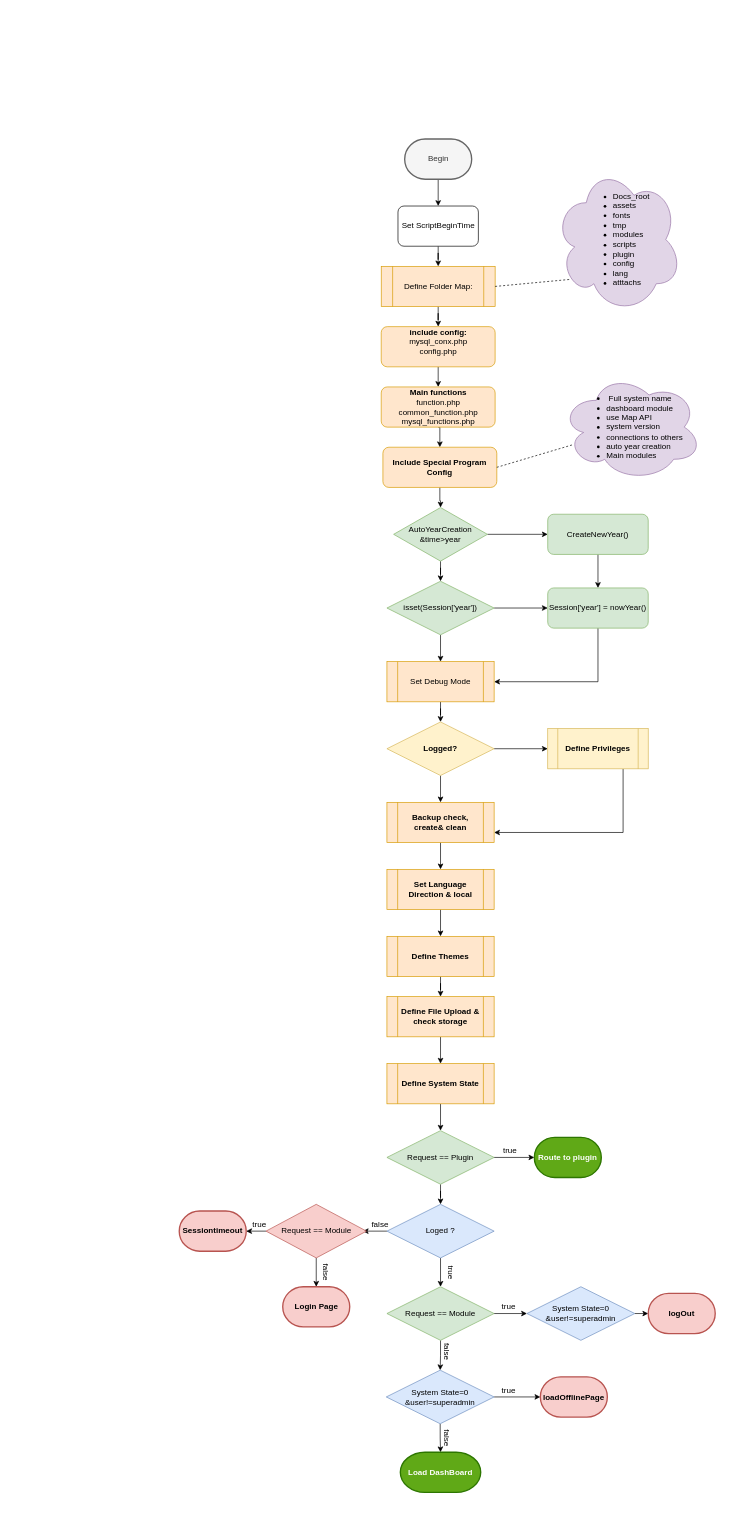
Before: page "Page-1" (1 of 2) of Untitled Diagram.drawio in drpcwmt/csms, a draw.io diagram. Source tidied: cells renumbered, new cells numbered last; positions are measured from the earlier drawing's top-left corner, leaving out a move shared by most shapes. Both pictures are drawn from the tidied source at 67%, with x=0, y=0 at pixel (179, 139).
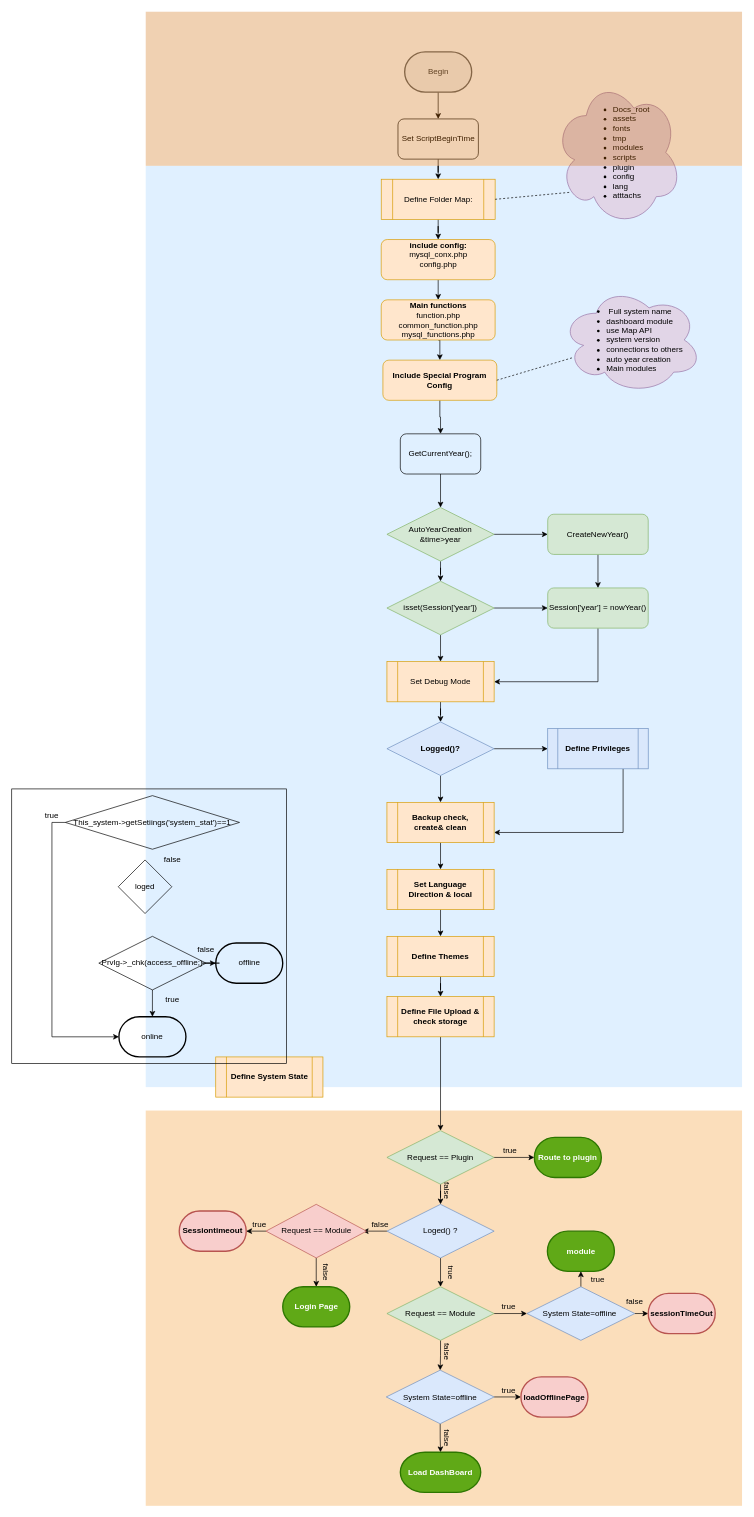
The same page after the edit.

The change refers to these unchanged cells:
```xml
<mxCell id="36" value="&lt;b&gt;Define File Upload &amp;amp; check storage&lt;br&gt;&lt;/b&gt;" style="shape=process;whiteSpace=wrap;html=1;backgroundOutline=1;fillColor=#ffe6cc;strokeColor=#d79b00;" parent="1" vertex="1">
  <mxGeometry x="310" y="1280" width="160" height="60" as="geometry" />
</mxCell>
<mxCell id="47" value="Request == Plugin" style="rhombus;whiteSpace=wrap;html=1;fillColor=#d5e8d4;strokeColor=#82b366;" parent="1" vertex="1">
  <mxGeometry x="310" y="1480" width="160" height="80" as="geometry" />
</mxCell>
```

Diff of the diagram source:
```diff
@@
+    <mxCell id="77" style="fillColor=#F2931E;strokeColor=none;opacity=30;" parent="1" vertex="1">
+      <mxGeometry x="-50" y="1450" width="890" height="590" as="geometry" />
+    </mxCell>
+    <mxCell id="78" style="fillColor=#99CCFF;strokeColor=none;opacity=30;" parent="1" vertex="1">
+      <mxGeometry x="-50" y="40" width="890" height="1375" as="geometry" />
+    </mxCell>
@@
     <mxCell id="3" value="Begin&lt;br&gt;" style="strokeWidth=2;html=1;shape=mxgraph.flowchart.terminator;whiteSpace=wrap;fillColor=#f5f5f5;strokeColor=#666666;fontColor=#333333;" parent="1" vertex="1">
-      <mxGeometry x="336.5" width="100" height="60" as="geometry" />
+      <mxGeometry x="336.5" y="-130" width="100" height="60" as="geometry" />
     </mxCell>
@@
     <mxCell id="5" value="Set ScriptBeginTime" style="rounded=1;whiteSpace=wrap;html=1;" parent="1" vertex="1">
-      <mxGeometry x="326.5" y="100" width="120" height="60" as="geometry" />
+      <mxGeometry x="326.5" y="-30" width="120" height="60" as="geometry" />
     </mxCell>
@@
     <mxCell id="7" value="&lt;b&gt;include config:&lt;/b&gt; mysql_conx.php&lt;br&gt;config.php&lt;br&gt;&lt;br&gt;" style="rounded=1;whiteSpace=wrap;html=1;fillColor=#ffe6cc;strokeColor=#d79b00;" parent="1" vertex="1">
-      <mxGeometry x="301.5" y="280" width="170" height="60" as="geometry" />
+      <mxGeometry x="301.5" y="150" width="170" height="60" as="geometry" />
     </mxCell>
@@
     <mxCell id="9" value="&lt;b&gt;Main functions&lt;/b&gt;&lt;br&gt;function.php&lt;br&gt;common_function.php&lt;br&gt;mysql_functions.php&lt;br&gt;" style="rounded=1;whiteSpace=wrap;html=1;fillColor=#ffe6cc;strokeColor=#d79b00;" parent="1" vertex="1">
-      <mxGeometry x="301.5" y="370" width="170" height="60" as="geometry" />
+      <mxGeometry x="301.5" y="240" width="170" height="60" as="geometry" />
     </mxCell>
-    <mxCell id="10" style="edgeStyle=orthogonalEdgeStyle;rounded=0;jettySize=auto;html=1;" parent="1" edge="1" source="11" target="19">
-      <mxGeometry relative="1" as="geometry" />
-    </mxCell>
+    <mxCell id="79" style="edgeStyle=orthogonalEdgeStyle;rounded=0;jettySize=auto;html=1;exitX=0.5;exitY=1;exitDx=0;exitDy=0;entryX=0.5;entryY=0;entryDx=0;entryDy=0;" parent="1" edge="1" source="11" target="85">
+      <mxGeometry relative="1" as="geometry" />
+    </mxCell>
     <mxCell id="11" value="&lt;b&gt;Include Special Program Config&lt;/b&gt;" style="rounded=1;whiteSpace=wrap;html=1;fillColor=#ffe6cc;strokeColor=#d79b00;" parent="1" vertex="1">
-      <mxGeometry x="304" y="460" width="170" height="60" as="geometry" />
+      <mxGeometry x="304" y="330" width="170" height="60" as="geometry" />
     </mxCell>
@@
     <mxCell id="19" value="AutoYearCreation&lt;br&gt;&amp;amp;time&amp;gt;year&lt;br&gt;" style="rhombus;whiteSpace=wrap;html=1;fillColor=#d5e8d4;strokeColor=#82b366;" parent="1" vertex="1">
-      <mxGeometry x="320" y="550" width="140" height="80" as="geometry" />
+      <mxGeometry x="310" y="550" width="160" height="80" as="geometry" />
     </mxCell>
@@
-    <mxCell id="26" value="&lt;b&gt;Logged?&lt;/b&gt;" style="rhombus;whiteSpace=wrap;html=1;fillColor=#fff2cc;strokeColor=#d6b656;" parent="1" vertex="1">
+    <mxCell id="26" value="&lt;b&gt;Logged()?&lt;/b&gt;" style="rhombus;whiteSpace=wrap;html=1;fillColor=#dae8fc;strokeColor=#6c8ebf;" parent="1" vertex="1">
       <mxGeometry x="310" y="870" width="160" height="80" as="geometry" />
     </mxCell>
@@
-    <mxCell id="28" value="&lt;b&gt;Define Privileges&lt;/b&gt;" style="shape=process;whiteSpace=wrap;html=1;backgroundOutline=1;fillColor=#fff2cc;strokeColor=#d6b656;" parent="1" vertex="1">
+    <mxCell id="28" value="&lt;b&gt;Define Privileges&lt;/b&gt;" style="shape=process;whiteSpace=wrap;html=1;backgroundOutline=1;fillColor=#dae8fc;strokeColor=#6c8ebf;" parent="1" vertex="1">
       <mxGeometry x="550" y="880" width="150" height="60" as="geometry" />
     </mxCell>
@@
-    <mxCell id="35" style="edgeStyle=orthogonalEdgeStyle;rounded=0;jettySize=auto;html=1;" parent="1" edge="1" source="36" target="38">
-      <mxGeometry relative="1" as="geometry" />
-    </mxCell>
+    <mxCell id="80" style="edgeStyle=orthogonalEdgeStyle;rounded=0;jettySize=auto;html=1;exitX=0.5;exitY=1;exitDx=0;exitDy=0;" parent="1" edge="1" source="36" target="47">
+      <mxGeometry relative="1" as="geometry" />
+    </mxCell>
@@
-    <mxCell id="37" style="edgeStyle=orthogonalEdgeStyle;rounded=0;jettySize=auto;html=1;exitX=0.5;exitY=1;exitDx=0;exitDy=0;entryX=0.5;entryY=0;entryDx=0;entryDy=0;" parent="1" edge="1" source="38" target="47">
-      <mxGeometry relative="1" as="geometry" />
-    </mxCell>
     <mxCell id="38" value="&lt;b&gt;Define System State&lt;br&gt;&lt;/b&gt;" style="shape=process;whiteSpace=wrap;html=1;backgroundOutline=1;fillColor=#ffe6cc;strokeColor=#d79b00;" parent="1" vertex="1">
-      <mxGeometry x="310" y="1380" width="160" height="60" as="geometry" />
+      <mxGeometry x="54.5" y="1370" width="160" height="60" as="geometry" />
     </mxCell>
     <mxCell id="39" value="&lt;ul&gt;&lt;li style=&quot;text-align: left&quot;&gt;&amp;nbsp;Full system name&lt;/li&gt;&lt;li style=&quot;text-align: left&quot;&gt;dashboard module&lt;/li&gt;&lt;li style=&quot;text-align: left&quot;&gt;use Map API&lt;/li&gt;&lt;li style=&quot;text-align: left&quot;&gt;system version&lt;/li&gt;&lt;li style=&quot;text-align: left&quot;&gt;connections to others&lt;/li&gt;&lt;li style=&quot;text-align: left&quot;&gt;auto year creation&lt;/li&gt;&lt;li style=&quot;text-align: left&quot;&gt;Main modules&lt;/li&gt;&lt;/ul&gt;" style="ellipse;shape=cloud;whiteSpace=wrap;html=1;fillColor=#e1d5e7;strokeColor=#9673a6;" parent="1" vertex="1">
-      <mxGeometry x="570" y="350" width="210" height="160" as="geometry" />
+      <mxGeometry x="570" y="220" width="210" height="160" as="geometry" />
     </mxCell>
@@
     <mxCell id="41" value="&lt;ul&gt;&lt;li style=&quot;text-align: left&quot;&gt;&lt;span&gt;Docs_root&lt;/span&gt;&lt;/li&gt;&lt;li style=&quot;text-align: left&quot;&gt;&lt;span&gt;assets&lt;/span&gt;&lt;/li&gt;&lt;li style=&quot;text-align: left&quot;&gt;&lt;span&gt;fonts&lt;/span&gt;&lt;/li&gt;&lt;li style=&quot;text-align: left&quot;&gt;&lt;span&gt;tmp&lt;/span&gt;&lt;/li&gt;&lt;li style=&quot;text-align: left&quot;&gt;&lt;span&gt;modules&lt;/span&gt;&lt;/li&gt;&lt;li style=&quot;text-align: left&quot;&gt;&lt;span&gt;scripts&lt;/span&gt;&lt;/li&gt;&lt;li style=&quot;text-align: left&quot;&gt;&lt;span&gt;plugin&lt;/span&gt;&lt;/li&gt;&lt;li style=&quot;text-align: left&quot;&gt;&lt;span&gt;config&lt;/span&gt;&lt;/li&gt;&lt;li style=&quot;text-align: left&quot;&gt;&lt;span&gt;lang&lt;/span&gt;&lt;/li&gt;&lt;li style=&quot;text-align: left&quot;&gt;&lt;span&gt;atttachs&lt;/span&gt;&lt;/li&gt;&lt;/ul&gt;" style="ellipse;shape=cloud;whiteSpace=wrap;html=1;fillColor=#e1d5e7;strokeColor=#9673a6;" parent="1" vertex="1">
-      <mxGeometry x="560" y="40" width="190" height="220" as="geometry" />
+      <mxGeometry x="560" y="-90" width="190" height="220" as="geometry" />
     </mxCell>
@@
     <mxCell id="43" value="&lt;span&gt;Define Folder Map:&lt;/span&gt;&lt;br&gt;" style="shape=process;whiteSpace=wrap;html=1;backgroundOutline=1;fillColor=#ffe6cc;strokeColor=#d79b00;" parent="1" vertex="1">
-      <mxGeometry x="301.5" y="190" width="170" height="60" as="geometry" />
+      <mxGeometry x="301.5" y="60" width="170" height="60" as="geometry" />
     </mxCell>
@@
-    <mxCell id="50" value="Loged ?" style="rhombus;whiteSpace=wrap;html=1;fillColor=#dae8fc;strokeColor=#6c8ebf;" parent="1" vertex="1">
+    <mxCell id="50" value="Loged() ?" style="rhombus;whiteSpace=wrap;html=1;fillColor=#dae8fc;strokeColor=#6c8ebf;" parent="1" vertex="1">
       <mxGeometry x="310" y="1590" width="160" height="80" as="geometry" />
     </mxCell>
@@
+    <mxCell id="81" style="edgeStyle=orthogonalEdgeStyle;rounded=0;jettySize=auto;html=1;exitX=0.5;exitY=0;exitDx=0;exitDy=0;entryX=0.5;entryY=1;entryDx=0;entryDy=0;entryPerimeter=0;" parent="1" edge="1" source="55" target="100">
+      <mxGeometry relative="1" as="geometry" />
+    </mxCell>
-    <mxCell id="55" value="System State=0 &amp;amp;user!=superadmin&lt;br&gt;" style="rhombus;whiteSpace=wrap;html=1;fillColor=#dae8fc;strokeColor=#6c8ebf;" parent="1" vertex="1">
+    <mxCell id="55" value="System State=offline&amp;nbsp;&lt;br&gt;" style="rhombus;whiteSpace=wrap;html=1;fillColor=#dae8fc;strokeColor=#6c8ebf;" parent="1" vertex="1">
       <mxGeometry x="519" y="1713" width="161" height="80" as="geometry" />
     </mxCell>
@@
-    <mxCell id="59" value="&lt;b&gt;logOut&lt;/b&gt;" style="strokeWidth=2;html=1;shape=mxgraph.flowchart.terminator;whiteSpace=wrap;fillColor=#f8cecc;strokeColor=#b85450;" parent="1" vertex="1">
+    <mxCell id="59" value="&lt;b&gt;sessionTimeOut&lt;/b&gt;" style="strokeWidth=2;html=1;shape=mxgraph.flowchart.terminator;whiteSpace=wrap;fillColor=#f8cecc;strokeColor=#b85450;" parent="1" vertex="1">
       <mxGeometry x="700" y="1723" width="100" height="60" as="geometry" />
     </mxCell>
@@
-    <mxCell id="62" value="System State=0 &amp;amp;user!=superadmin&lt;br&gt;" style="rhombus;whiteSpace=wrap;html=1;fillColor=#dae8fc;strokeColor=#6c8ebf;" parent="1" vertex="1">
+    <mxCell id="62" value="System State=offline&lt;br&gt;" style="rhombus;whiteSpace=wrap;html=1;fillColor=#dae8fc;strokeColor=#6c8ebf;" parent="1" vertex="1">
       <mxGeometry x="309" y="1837.5" width="161" height="80" as="geometry" />
     </mxCell>
     <mxCell id="63" value="&lt;b&gt;loadOfflinePage&lt;/b&gt;&lt;br&gt;" style="strokeWidth=2;html=1;shape=mxgraph.flowchart.terminator;whiteSpace=wrap;fillColor=#f8cecc;strokeColor=#b85450;" parent="1" vertex="1">
-      <mxGeometry x="539" y="1847.5" width="100" height="60" as="geometry" />
+      <mxGeometry x="510" y="1847.5" width="100" height="60" as="geometry" />
     </mxCell>
@@
-    <mxCell id="71" value="&lt;b&gt;Login Page&lt;/b&gt;&lt;br&gt;" style="strokeWidth=2;html=1;shape=mxgraph.flowchart.terminator;whiteSpace=wrap;fillColor=#f8cecc;strokeColor=#b85450;" parent="1" vertex="1">
+    <mxCell id="71" value="&lt;b&gt;Login Page&lt;/b&gt;&lt;br&gt;" style="strokeWidth=2;html=1;shape=mxgraph.flowchart.terminator;whiteSpace=wrap;fillColor=#60a917;strokeColor=#2D7600;fontColor=#ffffff;" parent="1" vertex="1">
       <mxGeometry x="154.5" y="1713" width="100" height="60" as="geometry" />
     </mxCell>
@@
+    <mxCell id="82" value="false&lt;br&gt;" style="text;html=1;strokeColor=none;fillColor=none;align=center;verticalAlign=middle;whiteSpace=wrap;rounded=0;rotation=90;" parent="1" vertex="1">
+      <mxGeometry x="380" y="1560" width="40" height="20" as="geometry" />
+    </mxCell>
+    <mxCell id="83" style="fillColor=#CC6600;strokeColor=none;opacity=30;" parent="1" vertex="1">
+      <mxGeometry x="-50" y="-190" width="890" height="230" as="geometry" />
+    </mxCell>
+    <mxCell id="84" style="edgeStyle=orthogonalEdgeStyle;rounded=0;jettySize=auto;html=1;exitX=0.5;exitY=1;exitDx=0;exitDy=0;" parent="1" edge="1" source="85" target="19">
+      <mxGeometry relative="1" as="geometry" />
+    </mxCell>
+    <mxCell id="85" value="GetCurrentYear();" style="rounded=1;whiteSpace=wrap;html=1;fillColor=none;" parent="1" vertex="1">
+      <mxGeometry x="330" y="440" width="120" height="60" as="geometry" />
+    </mxCell>
+    <mxCell id="86" style="whiteSpace=wrap;html=1;fillColor=none;" parent="1" vertex="1">
+      <mxGeometry x="-250" y="970" width="410" height="410" as="geometry" />
+    </mxCell>
+    <mxCell id="87" style="edgeStyle=orthogonalEdgeStyle;rounded=0;jettySize=auto;html=1;exitX=1;exitY=0.5;exitDx=0;exitDy=0;" parent="1" edge="1" source="89" target="91">
+      <mxGeometry relative="1" as="geometry" />
+    </mxCell>
+    <mxCell id="88" style="edgeStyle=orthogonalEdgeStyle;rounded=0;jettySize=auto;html=1;exitX=0.5;exitY=1;exitDx=0;exitDy=0;entryX=0.5;entryY=0;entryDx=0;entryDy=0;entryPerimeter=0;" parent="1" edge="1" source="89" target="90">
+      <mxGeometry relative="1" as="geometry" />
+    </mxCell>
+    <mxCell id="89" value="Prvlg-&amp;gt;_chk(access_offline;)" style="rhombus;whiteSpace=wrap;html=1;fillColor=none;" parent="1" vertex="1">
+      <mxGeometry x="-120" y="1190" width="160" height="80" as="geometry" />
+    </mxCell>
+    <mxCell id="90" value="online&lt;br&gt;" style="strokeWidth=2;html=1;shape=mxgraph.flowchart.terminator;whiteSpace=wrap;fillColor=none;" parent="1" vertex="1">
+      <mxGeometry x="-90" y="1310" width="100" height="60" as="geometry" />
+    </mxCell>
+    <mxCell id="91" value="offline&lt;br&gt;" style="strokeWidth=2;html=1;shape=mxgraph.flowchart.terminator;whiteSpace=wrap;fillColor=none;" parent="1" vertex="1">
+      <mxGeometry x="54.5" y="1200" width="100" height="60" as="geometry" />
+    </mxCell>
+    <mxCell id="92" style="edgeStyle=orthogonalEdgeStyle;rounded=0;orthogonalLoop=1;jettySize=auto;html=1;exitX=0.5;exitY=1;exitDx=0;exitDy=0;" parent="1" edge="1" source="86" target="86">
+      <mxGeometry relative="1" as="geometry" />
+    </mxCell>
+    <mxCell id="93" style="edgeStyle=orthogonalEdgeStyle;rounded=0;jettySize=auto;html=1;exitX=0;exitY=0.5;exitDx=0;exitDy=0;entryX=0;entryY=0.5;entryDx=0;entryDy=0;entryPerimeter=0;" parent="1" edge="1" source="94" target="90">
+      <mxGeometry relative="1" as="geometry" />
+    </mxCell>
+    <mxCell id="94" value="&lt;span&gt;This_system-&amp;gt;getSetiings('system_stat')==1&lt;/span&gt;" style="rhombus;whiteSpace=wrap;html=1;fillColor=none;" parent="1" vertex="1">
+      <mxGeometry x="-170" y="980" width="260" height="80" as="geometry" />
+    </mxCell>
+    <mxCell id="95" value="false" style="text;html=1;strokeColor=none;fillColor=none;align=center;verticalAlign=middle;whiteSpace=wrap;rounded=0;" parent="1" vertex="1">
+      <mxGeometry x="-30" y="1066.2" width="40" height="20" as="geometry" />
+    </mxCell>
+    <mxCell id="96" value="true" style="text;html=1;strokeColor=none;fillColor=none;align=center;verticalAlign=middle;whiteSpace=wrap;rounded=0;" parent="1" vertex="1">
+      <mxGeometry x="-210" y="1000.2" width="40" height="20" as="geometry" />
+    </mxCell>
+    <mxCell id="97" value="false" style="text;html=1;strokeColor=none;fillColor=none;align=center;verticalAlign=middle;whiteSpace=wrap;rounded=0;" parent="1" vertex="1">
+      <mxGeometry x="20" y="1200.2" width="40" height="20" as="geometry" />
+    </mxCell>
+    <mxCell id="98" value="true" style="text;html=1;strokeColor=none;fillColor=none;align=center;verticalAlign=middle;whiteSpace=wrap;rounded=0;" parent="1" vertex="1">
+      <mxGeometry x="-30" y="1275.2" width="40" height="20" as="geometry" />
+    </mxCell>
+    <mxCell id="99" value="loged" style="rhombus;whiteSpace=wrap;html=1;fillColor=none;" parent="1" vertex="1">
+      <mxGeometry x="-91" y="1076" width="80" height="80" as="geometry" />
+    </mxCell>
+    <mxCell id="100" value="&lt;b&gt;module&lt;/b&gt;&lt;br&gt;" style="strokeWidth=2;html=1;shape=mxgraph.flowchart.terminator;whiteSpace=wrap;fillColor=#60a917;strokeColor=#2D7600;fontColor=#ffffff;" parent="1" vertex="1">
+      <mxGeometry x="549.5" y="1630" width="100" height="60" as="geometry" />
+    </mxCell>
+    <mxCell id="101" value="true&lt;br&gt;" style="text;html=1;strokeColor=none;fillColor=none;align=center;verticalAlign=middle;whiteSpace=wrap;rounded=0;" parent="1" vertex="1">
+      <mxGeometry x="605" y="1693" width="40" height="20" as="geometry" />
+    </mxCell>
+    <mxCell id="102" value="false&lt;br&gt;" style="text;html=1;strokeColor=none;fillColor=none;align=center;verticalAlign=middle;whiteSpace=wrap;rounded=0;" parent="1" vertex="1">
+      <mxGeometry x="660" y="1725" width="40" height="20" as="geometry" />
+    </mxCell>
```
